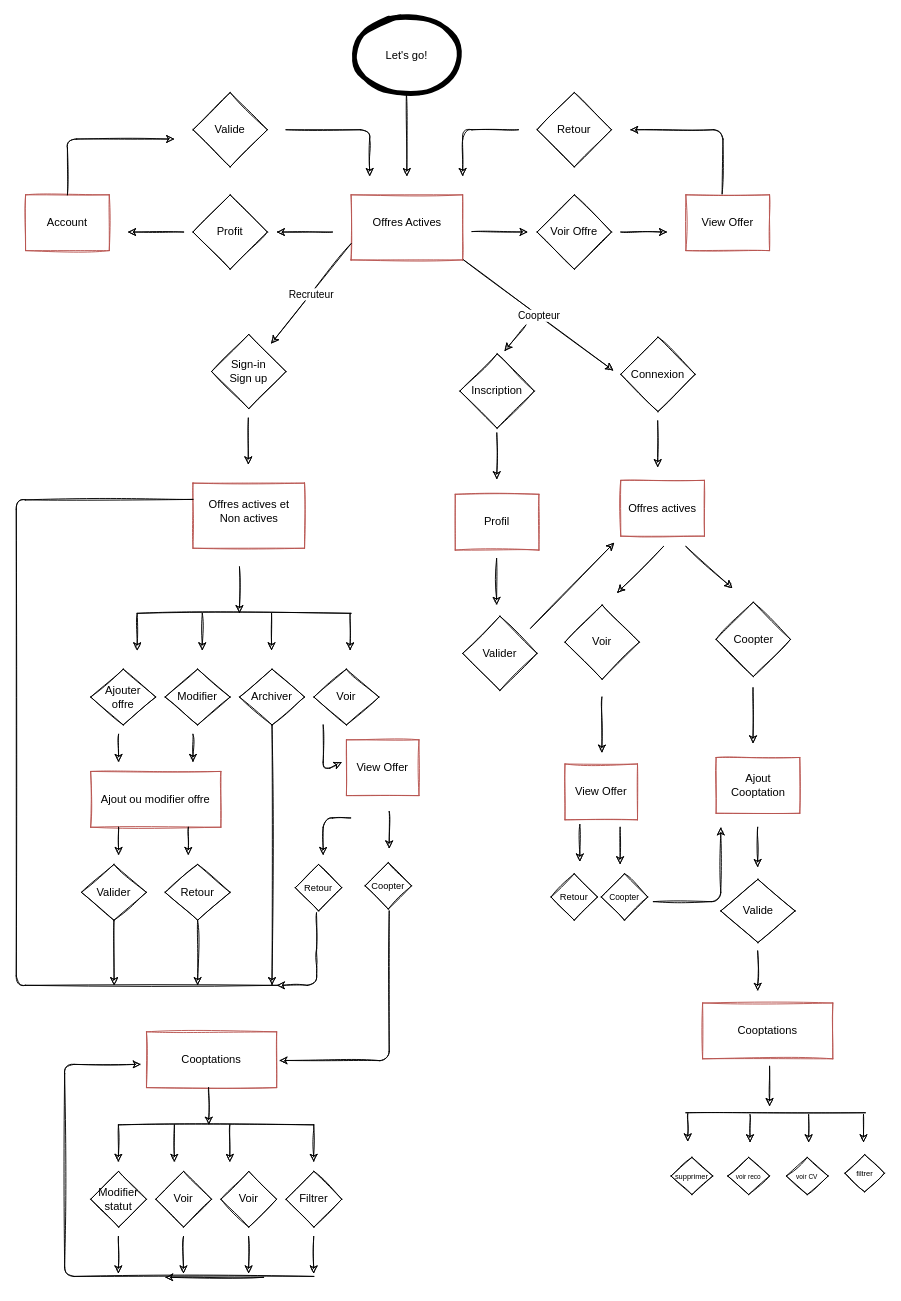
ilanashley/EasyCoopt keeps this draw.io diagram as Untitled Diagram.drawio. Above is the earlier version. Source tidied: cells renumbered, new cells numbered last; positions are measured from the earlier drawing's top-left corner, leaving out a move shared by most shapes. Both pictures are drawn from the tidied source at 93%, with x=0, y=0 at pixel (16, 18).
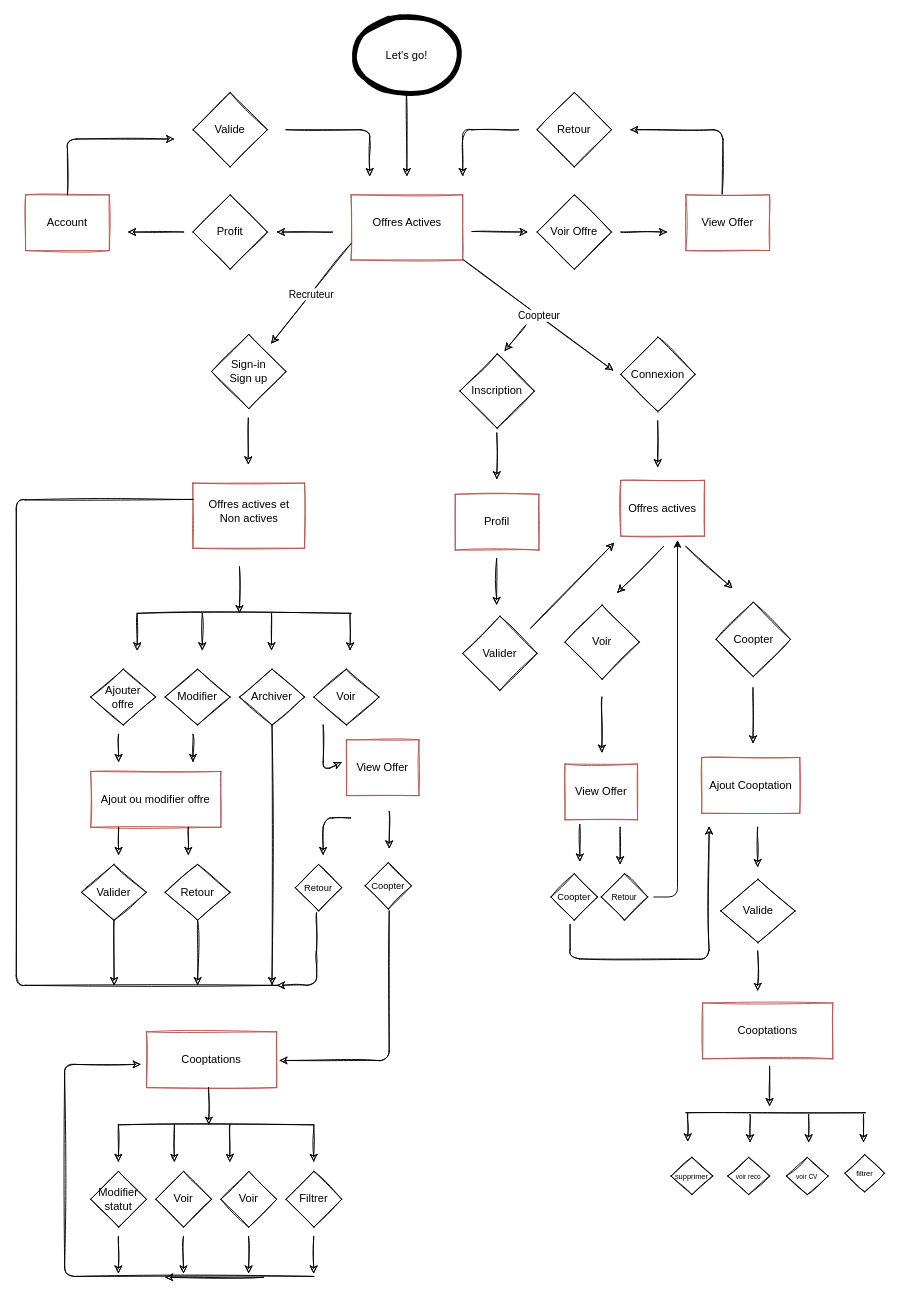
Above is the later version.

The edit, as a diff of the source:
```diff
@@
     <mxCell id="28" value="Ajout Cooptation" style="whiteSpace=wrap;html=1;strokeColor=#b85450;fillColor=none;sketch=1;" parent="1" vertex="1">
-      <mxGeometry x="752.5" y="795" width="90" height="60" as="geometry" />
+      <mxGeometry x="737" y="795" width="105.5" height="60" as="geometry" />
     </mxCell>
@@
-    <mxCell id="34" value="&lt;font style=&quot;font-size: 9px&quot;&gt;Coopter&lt;/font&gt;" style="rhombus;whiteSpace=wrap;html=1;sketch=1;" parent="1" vertex="1">
+    <mxCell id="34" value="&lt;font style=&quot;font-size: 9px&quot;&gt;Retour&lt;/font&gt;" style="rhombus;whiteSpace=wrap;html=1;sketch=1;" parent="1" vertex="1">
       <mxGeometry x="629" y="920" width="50" height="50" as="geometry" />
     </mxCell>
-    <mxCell id="35" value="&lt;font style=&quot;font-size: 10px&quot;&gt;Retour&lt;/font&gt;" style="rhombus;whiteSpace=wrap;html=1;sketch=1;" parent="1" vertex="1">
+    <mxCell id="35" value="&lt;font style=&quot;font-size: 10px&quot;&gt;Coopter&lt;/font&gt;" style="rhombus;whiteSpace=wrap;html=1;sketch=1;" parent="1" vertex="1">
       <mxGeometry x="575" y="920" width="50" height="50" as="geometry" />
     </mxCell>
     <mxCell id="36" style="endArrow=classic;html=1;sketch=1;" parent="1" edge="1">
       <mxGeometry relative="1" as="geometry">
-        <mxPoint x="685" y="950" as="sourcePoint" />
-        <mxPoint x="757.5" y="870" as="targetPoint" />
+        <mxPoint x="595.5" y="974.5" as="sourcePoint" />
+        <mxPoint x="745" y="869" as="targetPoint" />
         <Array as="points">
-          <mxPoint x="757.5" y="950" />
+          <mxPoint x="595.5" y="1011.5" />
+          <mxPoint x="745" y="1012" />
         </Array>
       </mxGeometry>
     </mxCell>
@@
+    <mxCell id="112" style="endArrow=classic;html=1;fontColor=#E4FDE1;fillColor=#F45B69;" parent="1" edge="1">
+      <mxGeometry relative="1" as="geometry">
+        <mxPoint x="685" y="945" as="sourcePoint" />
+        <mxPoint x="711" y="561" as="targetPoint" />
+        <Array as="points">
+          <mxPoint x="711" y="945" />
+        </Array>
+      </mxGeometry>
+    </mxCell>
```
